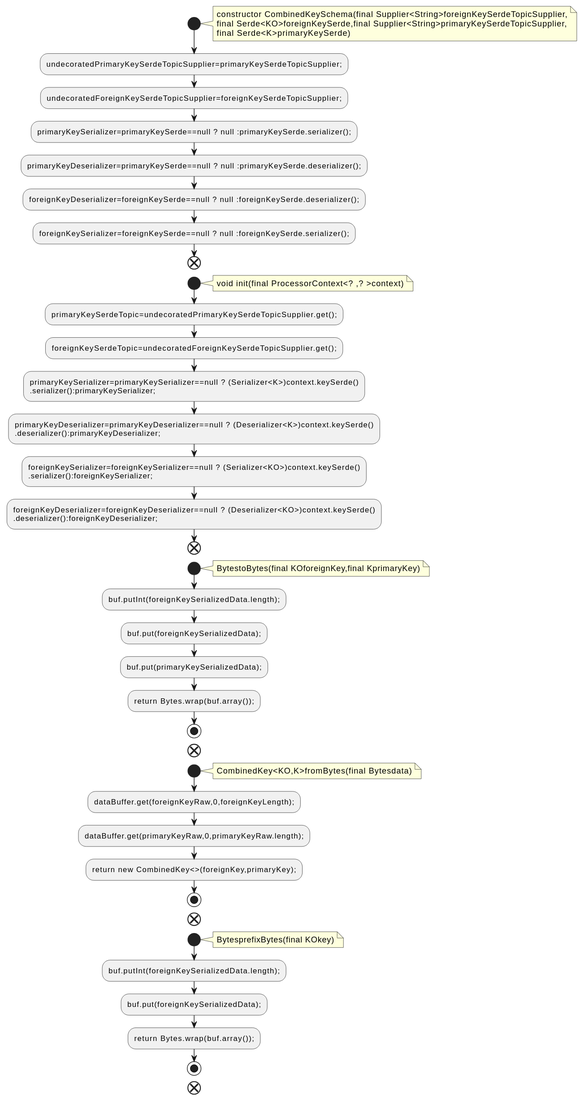
Before: docs/qc/streams/src/main/java/org/apache/kafka/streams/kstream/internals/foreignkeyjoin/CombinedKeySchema.java.fct.svg, a diagram exported from PlantUML (qualitesys/kafka).
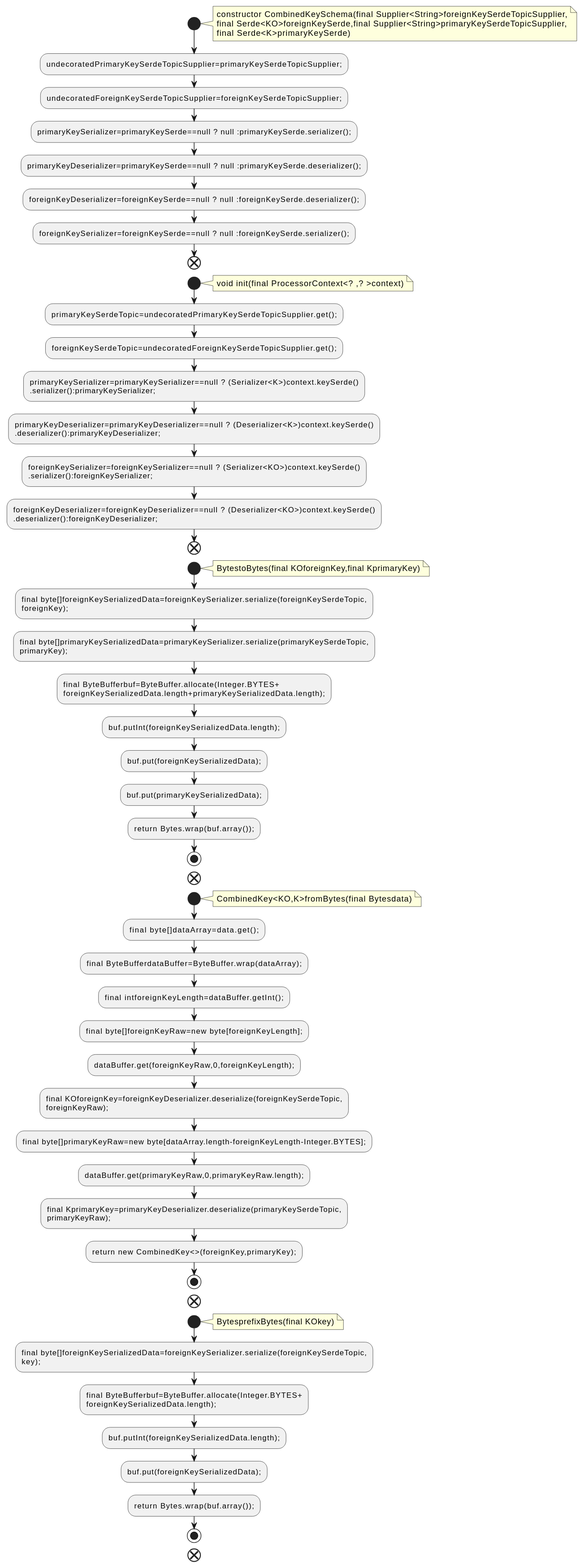
After the change.

Change to the diagram source:
```diff
@@ -32,6 +32,12 @@
 note right
 BytestoBytes(final KOforeignKey,final KprimaryKey)
 end note
+:final byte[]foreignKeySerializedData=foreignKeySerializer.serialize(foreignKeySerdeTopic,
+foreignKey);;
+:final byte[]primaryKeySerializedData=primaryKeySerializer.serialize(primaryKeySerdeTopic,
+primaryKey);;
+:final ByteBufferbuf=ByteBuffer.allocate(Integer.BYTES+
+foreignKeySerializedData.length+primaryKeySerializedData.length);;
 :buf.putInt(foreignKeySerializedData.length);;
 :buf.put(foreignKeySerializedData);;
 :buf.put(primaryKeySerializedData);;
@@ -42,8 +48,17 @@
 note right
 CombinedKey<KO,K>fromBytes(final Bytesdata)
 end note
+:final byte[]dataArray=data.get();;
+:final ByteBufferdataBuffer=ByteBuffer.wrap(dataArray);;
+:final intforeignKeyLength=dataBuffer.getInt();;
+:final byte[]foreignKeyRaw=new byte[foreignKeyLength];;
 :dataBuffer.get(foreignKeyRaw,0,foreignKeyLength);;
+:final KOforeignKey=foreignKeyDeserializer.deserialize(foreignKeySerdeTopic,
+foreignKeyRaw);;
+:final byte[]primaryKeyRaw=new byte[dataArray.length-foreignKeyLength-Integer.BYTES];;
 :dataBuffer.get(primaryKeyRaw,0,primaryKeyRaw.length);;
+:final KprimaryKey=primaryKeyDeserializer.deserialize(primaryKeySerdeTopic,
+primaryKeyRaw);;
 :return new CombinedKey<>(foreignKey,primaryKey);;
 stop
 end
@@ -51,6 +66,10 @@
 note right
 BytesprefixBytes(final KOkey)
 end note
+:final byte[]foreignKeySerializedData=foreignKeySerializer.serialize(foreignKeySerdeTopic,
+key);;
+:final ByteBufferbuf=ByteBuffer.allocate(Integer.BYTES+
+foreignKeySerializedData.length);;
 :buf.putInt(foreignKeySerializedData.length);;
 :buf.put(foreignKeySerializedData);;
 :return Bytes.wrap(buf.array());;
```
